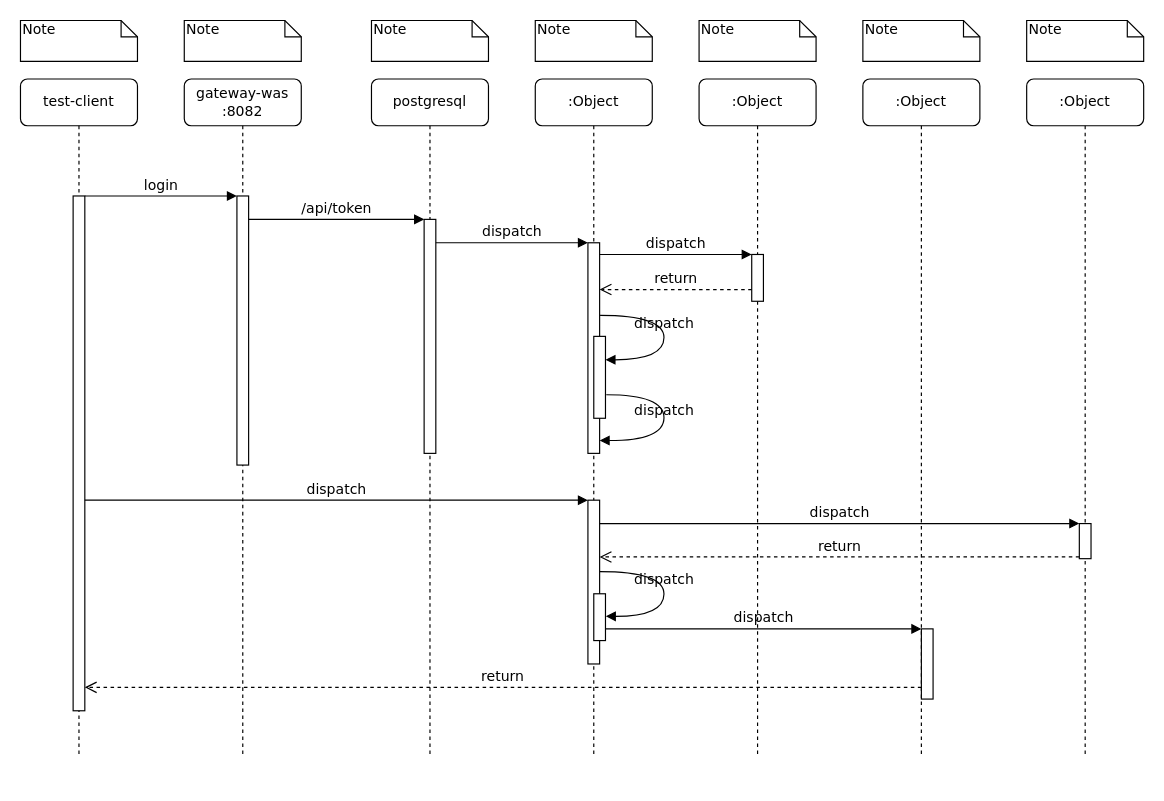
This is doc/workflow.drawio from giljabi/tomcat-ws-netty, a draw.io file, before an edit. Source tidied: cells renumbered, new cells numbered last; positions are measured from the earlier drawing's top-left corner, leaving out a move shared by most shapes. Both pictures are drawn from the tidied source at 117%, with x=0, y=0 at pixel (20, 20).
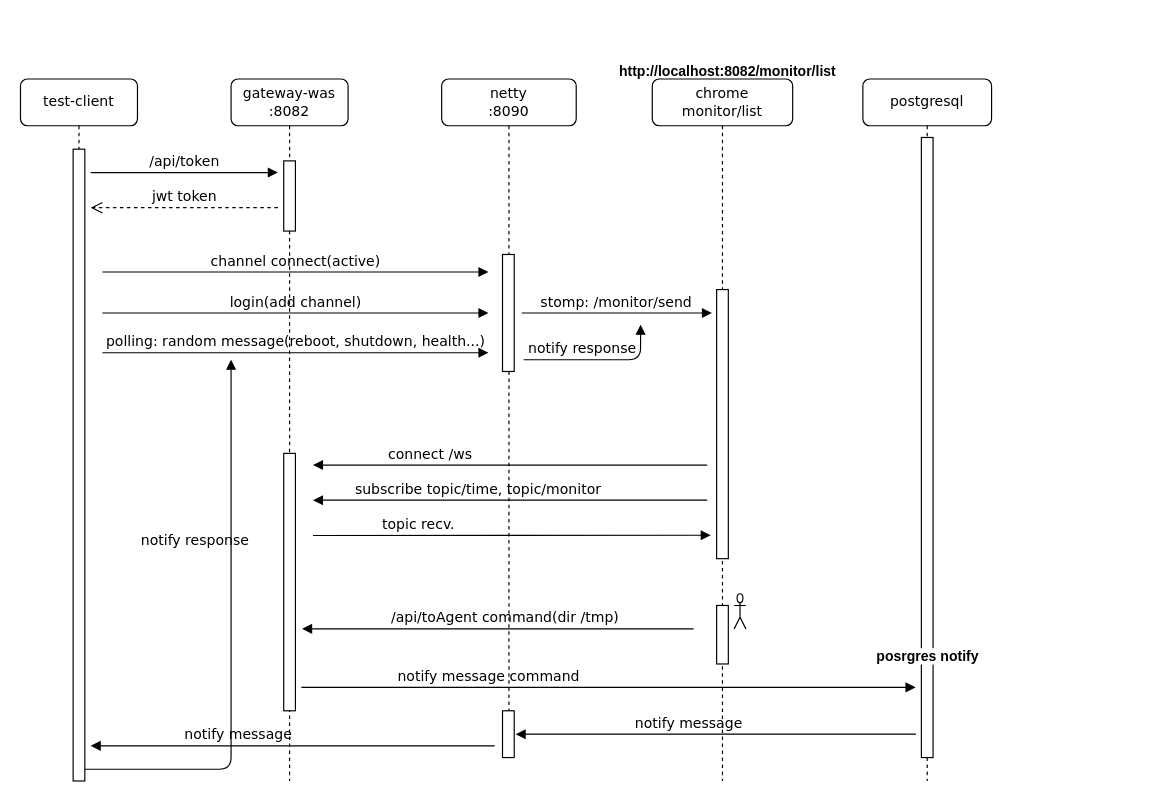
Above is the later version.

The edit, as a diff of the source:
```diff
@@
     <mxCell id="2" value="gateway-was&lt;div&gt;:8082&lt;/div&gt;" style="shape=umlLifeline;perimeter=lifelinePerimeter;whiteSpace=wrap;html=1;rounded=1;shadow=0;comic=0;labelBackgroundColor=none;strokeWidth=1;fontFamily=Verdana;fontSize=12;align=center;" parent="1" vertex="1">
-      <mxGeometry x="140" y="50" width="100" height="580" as="geometry" />
+      <mxGeometry x="180" y="50" width="100" height="600" as="geometry" />
     </mxCell>
     <mxCell id="3" style="html=1;points=[];perimeter=orthogonalPerimeter;rounded=0;shadow=0;comic=0;labelBackgroundColor=none;strokeWidth=1;fontFamily=Verdana;fontSize=12;align=center;" parent="2" vertex="1">
-      <mxGeometry x="45" y="100" width="10" height="230" as="geometry" />
+      <mxGeometry x="45" y="70" width="10" height="60" as="geometry" />
     </mxCell>
+    <mxCell id="39" value="jwt token" style="html=1;verticalAlign=bottom;endArrow=open;dashed=1;endSize=8;labelBackgroundColor=none;fontFamily=Verdana;fontSize=12;edgeStyle=elbowEdgeStyle;elbow=vertical;" parent="2" edge="1">
+      <mxGeometry relative="1" as="geometry">
+        <mxPoint x="40" y="110" as="sourcePoint" />
+        <mxPoint x="-120" y="110" as="targetPoint" />
+        <Array as="points">
+          <mxPoint x="-10" y="110" />
+          <mxPoint x="20" y="110" />
+        </Array>
+      </mxGeometry>
+    </mxCell>
+    <mxCell id="25" value="/api/token" style="html=1;verticalAlign=bottom;endArrow=block;entryX=0;entryY=0;labelBackgroundColor=none;fontFamily=Verdana;fontSize=12;edgeStyle=elbowEdgeStyle;elbow=vertical;" parent="2" edge="1">
+      <mxGeometry relative="1" as="geometry">
+        <mxPoint x="-120" y="80" as="sourcePoint" />
+        <mxPoint x="40" y="80.1" as="targetPoint" />
+      </mxGeometry>
+    </mxCell>
-    <mxCell id="4" value="postgresql" style="shape=umlLifeline;perimeter=lifelinePerimeter;whiteSpace=wrap;html=1;rounded=1;shadow=0;comic=0;labelBackgroundColor=none;strokeWidth=1;fontFamily=Verdana;fontSize=12;align=center;" parent="1" vertex="1">
-      <mxGeometry x="300" y="50" width="100" height="580" as="geometry" />
+    <mxCell id="4" value="netty&lt;div&gt;:8090&lt;/div&gt;" style="shape=umlLifeline;perimeter=lifelinePerimeter;whiteSpace=wrap;html=1;rounded=1;shadow=0;comic=0;labelBackgroundColor=none;strokeWidth=1;fontFamily=Verdana;fontSize=12;align=center;" parent="1" vertex="1">
+      <mxGeometry x="360" y="50" width="115" height="580" as="geometry" />
     </mxCell>
-    <mxCell id="5" style="html=1;points=[];perimeter=orthogonalPerimeter;rounded=0;shadow=0;comic=0;labelBackgroundColor=none;strokeWidth=1;fontFamily=Verdana;fontSize=12;align=center;" parent="4" vertex="1">
-      <mxGeometry x="45" y="120" width="10" height="200" as="geometry" />
-    </mxCell>
+    <mxCell id="40" value="stomp: /monitor/send" style="html=1;verticalAlign=bottom;endArrow=block;labelBackgroundColor=none;fontFamily=Verdana;fontSize=12;edgeStyle=elbowEdgeStyle;elbow=vertical;" parent="4" edge="1">
+      <mxGeometry relative="1" as="geometry">
+        <mxPoint x="68.4" y="200" as="sourcePoint" />
+        <mxPoint x="231" y="200.1" as="targetPoint" />
+      </mxGeometry>
+    </mxCell>
-    <mxCell id="6" value=":Object" style="shape=umlLifeline;perimeter=lifelinePerimeter;whiteSpace=wrap;html=1;rounded=1;shadow=0;comic=0;labelBackgroundColor=none;strokeWidth=1;fontFamily=Verdana;fontSize=12;align=center;" parent="1" vertex="1">
-      <mxGeometry x="440" y="50" width="100" height="580" as="geometry" />
+    <mxCell id="6" value="&lt;div&gt;chrome&lt;/div&gt;&lt;div&gt;monitor&lt;span style=&quot;background-color: initial;&quot;&gt;/list&lt;/span&gt;&lt;/div&gt;" style="shape=umlLifeline;perimeter=lifelinePerimeter;whiteSpace=wrap;html=1;rounded=1;shadow=0;comic=0;labelBackgroundColor=none;strokeWidth=1;fontFamily=Verdana;fontSize=12;align=center;" parent="1" vertex="1">
+      <mxGeometry x="540" y="50" width="120" height="600" as="geometry" />
     </mxCell>
+    <mxCell id="41" style="shape=umlActor;verticalLabelPosition=bottom;verticalAlign=top;html=1;" parent="6" vertex="1">
+      <mxGeometry x="70" y="440" width="10" height="30" as="geometry" />
+    </mxCell>
+    <mxCell id="42" style="html=1;perimeter=orthogonalPerimeter;rounded=0;shadow=0;comic=0;labelBackgroundColor=none;strokeWidth=1;fontFamily=Verdana;fontSize=12;align=center;" parent="6" vertex="1">
+      <mxGeometry x="55" y="450" width="10" height="50" as="geometry" />
+    </mxCell>
-    <mxCell id="7" value=":Object" style="shape=umlLifeline;perimeter=lifelinePerimeter;whiteSpace=wrap;html=1;rounded=1;shadow=0;comic=0;labelBackgroundColor=none;strokeWidth=1;fontFamily=Verdana;fontSize=12;align=center;" parent="1" vertex="1">
-      <mxGeometry x="580" y="50" width="100" height="580" as="geometry" />
+    <mxCell id="7" value="postgresql" style="shape=umlLifeline;perimeter=lifelinePerimeter;whiteSpace=wrap;html=1;rounded=1;shadow=0;comic=0;labelBackgroundColor=none;strokeWidth=1;fontFamily=Verdana;fontSize=12;align=center;" parent="1" vertex="1">
+      <mxGeometry x="720" y="50" width="110" height="600" as="geometry" />
     </mxCell>
-    <mxCell id="8" value=":Object" style="shape=umlLifeline;perimeter=lifelinePerimeter;whiteSpace=wrap;html=1;rounded=1;shadow=0;comic=0;labelBackgroundColor=none;strokeWidth=1;fontFamily=Verdana;fontSize=12;align=center;" parent="1" vertex="1">
-      <mxGeometry x="720" y="50" width="100" height="580" as="geometry" />
-    </mxCell>
-    <mxCell id="9" value=":Object" style="shape=umlLifeline;perimeter=lifelinePerimeter;whiteSpace=wrap;html=1;rounded=1;shadow=0;comic=0;labelBackgroundColor=none;strokeWidth=1;fontFamily=Verdana;fontSize=12;align=center;" parent="1" vertex="1">
-      <mxGeometry x="860" y="50" width="100" height="580" as="geometry" />
-    </mxCell>
+    <mxCell id="14" style="html=1;points=[];perimeter=orthogonalPerimeter;rounded=0;shadow=0;comic=0;labelBackgroundColor=none;strokeWidth=1;fontFamily=Verdana;fontSize=12;align=center;" parent="7" vertex="1">
+      <mxGeometry x="50" y="50" width="10" height="530" as="geometry" />
+    </mxCell>
+    <mxCell id="43" value="connect /ws" style="html=1;verticalAlign=bottom;endArrow=block;labelBackgroundColor=none;fontFamily=Verdana;fontSize=12;edgeStyle=elbowEdgeStyle;elbow=vertical;" parent="7" edge="1">
+      <mxGeometry x="0.43" relative="1" as="geometry">
+        <mxPoint x="-140.5" y="330" as="sourcePoint" />
+        <mxPoint x="-470" y="330" as="targetPoint" />
+        <Array as="points">
+          <mxPoint x="-130" y="330" />
+        </Array>
+      </mxGeometry>
+    </mxCell>
+    <mxCell id="44" value="subscribe topic/time, topic/monitor" style="html=1;verticalAlign=bottom;endArrow=block;labelBackgroundColor=none;fontFamily=Verdana;fontSize=12;edgeStyle=elbowEdgeStyle;elbow=vertical;" parent="7" edge="1">
+      <mxGeometry x="0.2" relative="1" as="geometry">
+        <mxPoint x="-140.5" y="360" as="sourcePoint" />
+        <mxPoint x="-470" y="360" as="targetPoint" />
+        <Array as="points">
+          <mxPoint x="-130" y="360" />
+        </Array>
+      </mxGeometry>
+    </mxCell>
+    <mxCell id="45" style="html=1;perimeter=orthogonalPerimeter;rounded=0;shadow=0;comic=0;labelBackgroundColor=none;strokeWidth=1;fontFamily=Verdana;fontSize=12;align=center;" parent="7" vertex="1">
+      <mxGeometry x="-495" y="320" width="10" height="220" as="geometry" />
+    </mxCell>
+    <mxCell id="46" style="html=1;perimeter=orthogonalPerimeter;rounded=0;shadow=0;comic=0;labelBackgroundColor=none;strokeWidth=1;fontFamily=Verdana;fontSize=12;align=center;" parent="7" vertex="1">
+      <mxGeometry x="-308" y="540" width="10" height="40" as="geometry" />
+    </mxCell>
+    <mxCell id="47" style="html=1;perimeter=orthogonalPerimeter;rounded=0;shadow=0;comic=0;labelBackgroundColor=none;strokeWidth=1;fontFamily=Verdana;fontSize=12;align=center;" parent="7" vertex="1">
+      <mxGeometry x="-125" y="180" width="10" height="230" as="geometry" />
+    </mxCell>
+    <mxCell id="48" value="topic recv." style="html=1;verticalAlign=bottom;endArrow=block;labelBackgroundColor=none;fontFamily=Verdana;fontSize=12;edgeStyle=elbowEdgeStyle;elbow=vertical;exitX=1.044;exitY=0.228;exitDx=0;exitDy=0;exitPerimeter=0;" parent="7" edge="1">
+      <mxGeometry x="-0.47" relative="1" as="geometry">
+        <mxPoint x="-470" y="390.2" as="sourcePoint" />
+        <mxPoint x="-130" y="390" as="targetPoint" />
+      </mxGeometry>
+    </mxCell>
+    <mxCell id="49" value="notify message" style="html=1;verticalAlign=bottom;endArrow=block;labelBackgroundColor=none;fontFamily=Verdana;fontSize=12;edgeStyle=elbowEdgeStyle;elbow=vertical;" parent="7" edge="1">
+      <mxGeometry x="0.51" relative="1" as="geometry">
+        <mxPoint x="-206.8" y="560" as="sourcePoint" />
+        <mxPoint x="-296.8" y="560" as="targetPoint" />
+        <Array as="points">
+          <mxPoint x="50" y="560" />
+        </Array>
+      </mxGeometry>
+    </mxCell>
+    <mxCell id="50" value="/api/toAgent command(dir /tmp)" style="html=1;verticalAlign=bottom;endArrow=block;labelBackgroundColor=none;fontFamily=Verdana;fontSize=12;edgeStyle=elbowEdgeStyle;elbow=vertical;" parent="7" edge="1">
+      <mxGeometry x="0.33" relative="1" as="geometry">
+        <mxPoint x="-319.3" y="470" as="sourcePoint" />
+        <mxPoint x="-479.3" y="470" as="targetPoint" />
+        <Array as="points">
+          <mxPoint x="-140" y="470" />
+        </Array>
+      </mxGeometry>
+    </mxCell>
+    <mxCell id="51" value="notify message command" style="html=1;verticalAlign=bottom;endArrow=block;labelBackgroundColor=none;fontFamily=Verdana;fontSize=12;edgeStyle=elbowEdgeStyle;elbow=vertical;" parent="7" edge="1">
+      <mxGeometry x="-0.39" relative="1" as="geometry">
+        <mxPoint x="-480" y="520" as="sourcePoint" />
+        <mxPoint x="45" y="520.2" as="targetPoint" />
+        <Array as="points">
+          <mxPoint x="-480" y="520" />
+        </Array>
+      </mxGeometry>
+    </mxCell>
+    <mxCell id="52" value="notify message" style="html=1;verticalAlign=bottom;endArrow=block;labelBackgroundColor=none;fontFamily=Verdana;fontSize=12;edgeStyle=elbowEdgeStyle;elbow=vertical;" parent="7" edge="1">
+      <mxGeometry x="0.51" relative="1" as="geometry">
+        <mxPoint x="-475" y="570" as="sourcePoint" />
+        <mxPoint x="-660" y="570" as="targetPoint" />
+        <Array as="points">
+          <mxPoint x="-310" y="570" />
+        </Array>
+      </mxGeometry>
+    </mxCell>
+    <mxCell id="53" value="posrgres notify" style="text;whiteSpace=wrap;fontStyle=1;labelBackgroundColor=default;" parent="7" vertex="1">
+      <mxGeometry x="10" y="480" width="90" height="30" as="geometry" />
+    </mxCell>
     <mxCell id="10" value="test-client" style="shape=umlLifeline;perimeter=lifelinePerimeter;whiteSpace=wrap;html=1;rounded=1;shadow=0;comic=0;labelBackgroundColor=none;strokeWidth=1;fontFamily=Verdana;fontSize=12;align=center;" parent="1" vertex="1">
-      <mxGeometry y="50" width="100" height="580" as="geometry" />
+      <mxGeometry y="50" width="100" height="600" as="geometry" />
     </mxCell>
     <mxCell id="11" style="html=1;points=[];perimeter=orthogonalPerimeter;rounded=0;shadow=0;comic=0;labelBackgroundColor=none;strokeWidth=1;fontFamily=Verdana;fontSize=12;align=center;" parent="10" vertex="1">
-      <mxGeometry x="45" y="100" width="10" height="440" as="geometry" />
+      <mxGeometry x="45" y="60" width="10" height="540" as="geometry" />
     </mxCell>
-    <mxCell id="12" style="html=1;points=[];perimeter=orthogonalPerimeter;rounded=0;shadow=0;comic=0;labelBackgroundColor=none;strokeWidth=1;fontFamily=Verdana;fontSize=12;align=center;" parent="1" vertex="1">
-      <mxGeometry x="485" y="190" width="10" height="180" as="geometry" />
-    </mxCell>
-    <mxCell id="13" value="dispatch" style="html=1;verticalAlign=bottom;endArrow=block;labelBackgroundColor=none;fontFamily=Verdana;fontSize=12;edgeStyle=elbowEdgeStyle;elbow=vertical;" parent="1" edge="1" source="5" target="12">
-      <mxGeometry relative="1" as="geometry">
-        <Array as="points">
-          <mxPoint x="360" y="190" />
-        </Array>
-      </mxGeometry>
-    </mxCell>
-    <mxCell id="14" style="html=1;points=[];perimeter=orthogonalPerimeter;rounded=0;shadow=0;comic=0;labelBackgroundColor=none;strokeWidth=1;fontFamily=Verdana;fontSize=12;align=center;" parent="1" vertex="1">
-      <mxGeometry x="625" y="200" width="10" height="40" as="geometry" />
-    </mxCell>
-    <mxCell id="15" value="dispatch" style="html=1;verticalAlign=bottom;endArrow=block;entryX=0;entryY=0;labelBackgroundColor=none;fontFamily=Verdana;fontSize=12;edgeStyle=elbowEdgeStyle;elbow=vertical;" parent="1" edge="1" source="12" target="14">
-      <mxGeometry relative="1" as="geometry" />
-    </mxCell>
-    <mxCell id="16" value="return" style="html=1;verticalAlign=bottom;endArrow=open;dashed=1;endSize=8;labelBackgroundColor=none;fontFamily=Verdana;fontSize=12;edgeStyle=elbowEdgeStyle;elbow=vertical;" parent="1" edge="1" source="14" target="12">
-      <mxGeometry relative="1" as="geometry">
-        <Array as="points">
-          <mxPoint x="570" y="230" />
-          <mxPoint x="600" y="230" />
-        </Array>
-      </mxGeometry>
-    </mxCell>
-    <mxCell id="17" style="html=1;points=[];perimeter=orthogonalPerimeter;rounded=0;shadow=0;comic=0;labelBackgroundColor=none;strokeWidth=1;fontFamily=Verdana;fontSize=12;align=center;" parent="1" vertex="1">
-      <mxGeometry x="485" y="410" width="10" height="140" as="geometry" />
-    </mxCell>
-    <mxCell id="18" value="dispatch" style="html=1;verticalAlign=bottom;endArrow=block;entryX=0;entryY=0;labelBackgroundColor=none;fontFamily=Verdana;fontSize=12;" parent="1" edge="1" source="11" target="17">
-      <mxGeometry relative="1" as="geometry" />
-    </mxCell>
-    <mxCell id="19" style="html=1;points=[];perimeter=orthogonalPerimeter;rounded=0;shadow=0;comic=0;labelBackgroundColor=none;strokeColor=#000000;strokeWidth=1;fillColor=#FFFFFF;fontFamily=Verdana;fontSize=12;fontColor=#000000;align=center;" parent="1" vertex="1">
-      <mxGeometry x="905" y="430" width="10" height="30" as="geometry" />
-    </mxCell>
-    <mxCell id="20" value="dispatch" style="html=1;verticalAlign=bottom;endArrow=block;entryX=0;entryY=0;labelBackgroundColor=none;fontFamily=Verdana;fontSize=12;" parent="1" edge="1" source="17" target="19">
-      <mxGeometry relative="1" as="geometry" />
-    </mxCell>
-    <mxCell id="21" value="return" style="html=1;verticalAlign=bottom;endArrow=open;dashed=1;endSize=8;exitX=0;exitY=0.95;labelBackgroundColor=none;fontFamily=Verdana;fontSize=12;" parent="1" edge="1" source="19" target="17">
-      <mxGeometry relative="1" as="geometry" />
-    </mxCell>
-    <mxCell id="22" style="html=1;points=[];perimeter=orthogonalPerimeter;rounded=0;shadow=0;comic=0;labelBackgroundColor=none;strokeWidth=1;fontFamily=Verdana;fontSize=12;align=center;" parent="1" vertex="1">
-      <mxGeometry x="770" y="520" width="10" height="60" as="geometry" />
-    </mxCell>
-    <mxCell id="23" value="dispatch" style="html=1;verticalAlign=bottom;endArrow=block;entryX=0;entryY=0;labelBackgroundColor=none;fontFamily=Verdana;fontSize=12;edgeStyle=elbowEdgeStyle;elbow=vertical;" parent="1" edge="1" source="30" target="22">
-      <mxGeometry relative="1" as="geometry" />
-    </mxCell>
-    <mxCell id="24" value="return" style="html=1;verticalAlign=bottom;endArrow=open;dashed=1;endSize=8;labelBackgroundColor=none;fontFamily=Verdana;fontSize=12;edgeStyle=elbowEdgeStyle;elbow=vertical;" parent="1" edge="1" source="22" target="11">
-      <mxGeometry relative="1" as="geometry">
-        <Array as="points">
-          <mxPoint x="470" y="570" />
-        </Array>
-      </mxGeometry>
-    </mxCell>
-    <mxCell id="25" value="login" style="html=1;verticalAlign=bottom;endArrow=block;entryX=0;entryY=0;labelBackgroundColor=none;fontFamily=Verdana;fontSize=12;edgeStyle=elbowEdgeStyle;elbow=vertical;" parent="1" edge="1" source="11" target="3">
-      <mxGeometry relative="1" as="geometry" />
-    </mxCell>
+    <mxCell id="54" value="notify response" style="html=1;verticalAlign=bottom;endArrow=block;labelBackgroundColor=none;fontFamily=Verdana;fontSize=12;edgeStyle=elbowEdgeStyle;elbow=vertical;" parent="10" edge="1">
+      <mxGeometry x="0.31" y="31" relative="1" as="geometry">
+        <mxPoint x="55" y="590" as="sourcePoint" />
+        <mxPoint x="180" y="240" as="targetPoint" />
+        <Array as="points">
+          <mxPoint x="160.8" y="590" />
+        </Array>
+      </mxGeometry>
+    </mxCell>
+    <mxCell id="5" style="html=1;points=[];perimeter=orthogonalPerimeter;rounded=0;shadow=0;comic=0;labelBackgroundColor=none;strokeWidth=1;fontFamily=Verdana;fontSize=12;align=center;" parent="1" vertex="1">
+      <mxGeometry x="412" y="200" width="10" height="100" as="geometry" />
+    </mxCell>
+    <mxCell id="55" value="login(add channel)" style="html=1;verticalAlign=bottom;endArrow=block;labelBackgroundColor=none;fontFamily=Verdana;fontSize=12;edgeStyle=elbowEdgeStyle;elbow=vertical;" parent="1" edge="1">
+      <mxGeometry relative="1" as="geometry">
+        <mxPoint x="70" y="250" as="sourcePoint" />
+        <mxPoint x="400" y="250" as="targetPoint" />
+      </mxGeometry>
+    </mxCell>
-    <mxCell id="26" value="/api/token" style="html=1;verticalAlign=bottom;endArrow=block;entryX=0;entryY=0;labelBackgroundColor=none;fontFamily=Verdana;fontSize=12;edgeStyle=elbowEdgeStyle;elbow=vertical;" parent="1" edge="1" source="3" target="5">
-      <mxGeometry relative="1" as="geometry" />
+    <mxCell id="26" value="channel connect(active)" style="html=1;verticalAlign=bottom;endArrow=block;labelBackgroundColor=none;fontFamily=Verdana;fontSize=12;edgeStyle=elbowEdgeStyle;elbow=vertical;" parent="1" edge="1">
+      <mxGeometry relative="1" as="geometry">
+        <mxPoint x="70" y="215" as="sourcePoint" />
+        <mxPoint x="400" y="215" as="targetPoint" />
+        <Array as="points">
+          <mxPoint x="400" y="215" />
+        </Array>
+      </mxGeometry>
     </mxCell>
-    <mxCell id="27" style="html=1;points=[];perimeter=orthogonalPerimeter;rounded=0;shadow=0;comic=0;labelBackgroundColor=none;strokeWidth=1;fontFamily=Verdana;fontSize=12;align=center;" parent="1" vertex="1">
-      <mxGeometry x="490" y="270" width="10" height="70" as="geometry" />
-    </mxCell>
-    <mxCell id="28" value="dispatch" style="html=1;verticalAlign=bottom;endArrow=block;labelBackgroundColor=none;fontFamily=Verdana;fontSize=12;elbow=vertical;edgeStyle=orthogonalEdgeStyle;curved=1;entryX=1;entryY=0.286;entryPerimeter=0;exitX=1.038;exitY=0.345;exitPerimeter=0;" parent="1" edge="1" source="12" target="27">
-      <mxGeometry relative="1" as="geometry">
-        <Array as="points">
-          <mxPoint x="550" y="252" />
-          <mxPoint x="550" y="290" />
-        </Array>
-      </mxGeometry>
-    </mxCell>
-    <mxCell id="29" value="dispatch" style="html=1;verticalAlign=bottom;endArrow=block;labelBackgroundColor=none;fontFamily=Verdana;fontSize=12;elbow=vertical;edgeStyle=orthogonalEdgeStyle;curved=1;exitX=1.066;exitY=0.713;exitPerimeter=0;" parent="1" edge="1" source="27">
-      <mxGeometry relative="1" as="geometry">
-        <mxPoint x="495" y="359" as="targetPoint" />
-        <Array as="points">
-          <mxPoint x="550" y="320" />
-          <mxPoint x="550" y="359" />
-        </Array>
-      </mxGeometry>
-    </mxCell>
-    <mxCell id="30" style="html=1;points=[];perimeter=orthogonalPerimeter;rounded=0;shadow=0;comic=0;labelBackgroundColor=none;strokeWidth=1;fontFamily=Verdana;fontSize=12;align=center;" parent="1" vertex="1">
-      <mxGeometry x="490" y="490" width="10" height="40" as="geometry" />
-    </mxCell>
-    <mxCell id="31" value="dispatch" style="html=1;verticalAlign=bottom;endArrow=block;labelBackgroundColor=none;fontFamily=Verdana;fontSize=12;elbow=vertical;edgeStyle=orthogonalEdgeStyle;curved=1;entryX=1;entryY=0.286;entryPerimeter=0;exitX=1.038;exitY=0.345;exitPerimeter=0;" parent="1" edge="1">
-      <mxGeometry relative="1" as="geometry">
-        <mxPoint x="495.3" y="471" as="sourcePoint" />
-        <mxPoint x="500.3" y="509.3" as="targetPoint" />
-        <Array as="points">
-          <mxPoint x="550" y="471" />
-          <mxPoint x="550" y="509" />
-        </Array>
-      </mxGeometry>
-    </mxCell>
-    <mxCell id="32" value="Note" style="shape=note;whiteSpace=wrap;html=1;size=14;verticalAlign=top;align=left;spacingTop=-6;rounded=0;shadow=0;comic=0;labelBackgroundColor=none;strokeWidth=1;fontFamily=Verdana;fontSize=12;" parent="1" vertex="1">
-      <mxGeometry width="100" height="35" as="geometry" />
-    </mxCell>
-    <mxCell id="33" value="Note" style="shape=note;whiteSpace=wrap;html=1;size=14;verticalAlign=top;align=left;spacingTop=-6;rounded=0;shadow=0;comic=0;labelBackgroundColor=none;strokeWidth=1;fontFamily=Verdana;fontSize=12;" parent="1" vertex="1">
-      <mxGeometry x="140" width="100" height="35" as="geometry" />
-    </mxCell>
-    <mxCell id="34" value="Note" style="shape=note;whiteSpace=wrap;html=1;size=14;verticalAlign=top;align=left;spacingTop=-6;rounded=0;shadow=0;comic=0;labelBackgroundColor=none;strokeWidth=1;fontFamily=Verdana;fontSize=12;" parent="1" vertex="1">
-      <mxGeometry x="300" width="100" height="35" as="geometry" />
-    </mxCell>
-    <mxCell id="35" value="Note" style="shape=note;whiteSpace=wrap;html=1;size=14;verticalAlign=top;align=left;spacingTop=-6;rounded=0;shadow=0;comic=0;labelBackgroundColor=none;strokeWidth=1;fontFamily=Verdana;fontSize=12;" parent="1" vertex="1">
-      <mxGeometry x="440" width="100" height="35" as="geometry" />
-    </mxCell>
-    <mxCell id="36" value="Note" style="shape=note;whiteSpace=wrap;html=1;size=14;verticalAlign=top;align=left;spacingTop=-6;rounded=0;shadow=0;comic=0;labelBackgroundColor=none;strokeWidth=1;fontFamily=Verdana;fontSize=12;" parent="1" vertex="1">
-      <mxGeometry x="580" width="100" height="35" as="geometry" />
-    </mxCell>
-    <mxCell id="37" value="Note" style="shape=note;whiteSpace=wrap;html=1;size=14;verticalAlign=top;align=left;spacingTop=-6;rounded=0;shadow=0;comic=0;labelBackgroundColor=none;strokeWidth=1;fontFamily=Verdana;fontSize=12;" parent="1" vertex="1">
-      <mxGeometry x="720" width="100" height="35" as="geometry" />
-    </mxCell>
-    <mxCell id="38" value="Note" style="shape=note;whiteSpace=wrap;html=1;size=14;verticalAlign=top;align=left;spacingTop=-6;rounded=0;shadow=0;comic=0;labelBackgroundColor=none;strokeWidth=1;fontFamily=Verdana;fontSize=12;" parent="1" vertex="1">
-      <mxGeometry x="860" width="100" height="35" as="geometry" />
-    </mxCell>
+    <mxCell id="56" value="polling: random message(reboot, shutdown, health...)" style="html=1;verticalAlign=bottom;endArrow=block;labelBackgroundColor=none;fontFamily=Verdana;fontSize=12;edgeStyle=elbowEdgeStyle;elbow=vertical;" parent="1" edge="1">
+      <mxGeometry relative="1" as="geometry">
+        <mxPoint x="70" y="284" as="sourcePoint" />
+        <mxPoint x="400" y="284" as="targetPoint" />
+      </mxGeometry>
+    </mxCell>
+    <mxCell id="57" value="notify response" style="html=1;verticalAlign=bottom;endArrow=block;labelBackgroundColor=none;fontFamily=Verdana;fontSize=12;edgeStyle=elbowEdgeStyle;elbow=vertical;" parent="1" edge="1">
+      <mxGeometry x="-0.23" relative="1" as="geometry">
+        <mxPoint x="430" y="290" as="sourcePoint" />
+        <mxPoint x="530" y="260" as="targetPoint" />
+        <Array as="points">
+          <mxPoint x="550" y="290" />
+        </Array>
+      </mxGeometry>
+    </mxCell>
+    <mxCell id="58" value="http://localhost:8082/monitor/list" style="text;whiteSpace=wrap;fontStyle=1;" parent="1" vertex="1">
+      <mxGeometry x="510" y="30" width="200" height="20" as="geometry" />
+    </mxCell>
```
